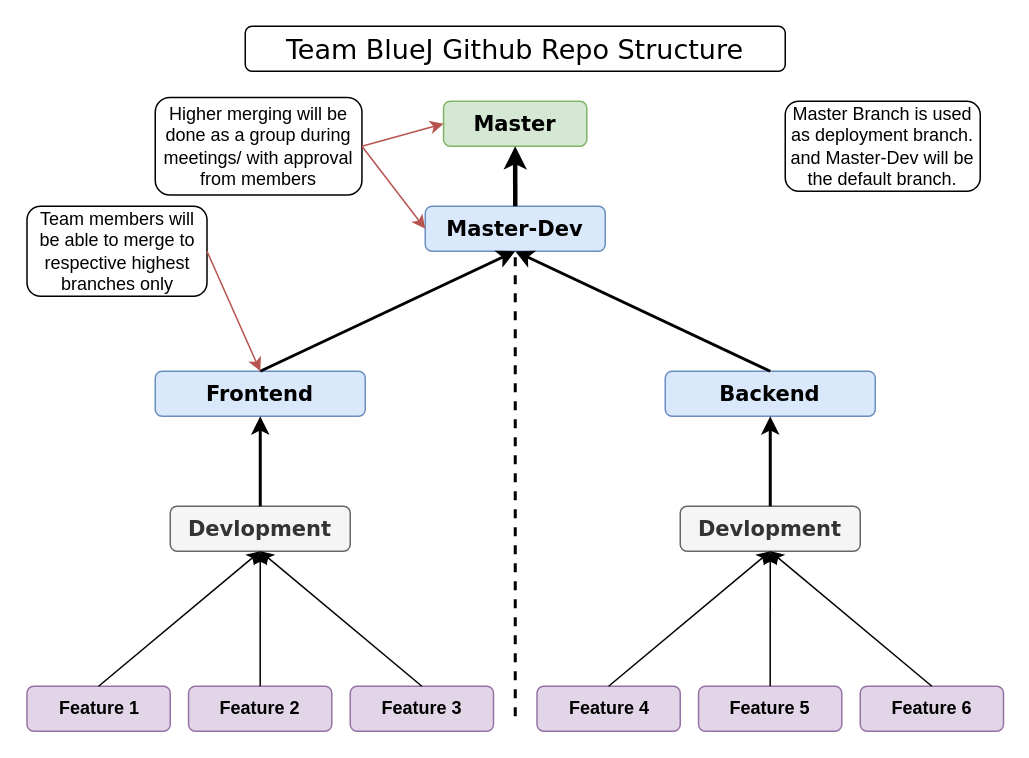
Before: diagrams/repo-structure.drawio in WilliamZard/PintroAppSEG-Major, a draw.io diagram. Source tidied: cells renumbered, new cells numbered last; positions are measured from the earlier drawing's top-left corner, leaving out a move shared by most shapes. Both pictures are drawn from the tidied source at 150%, with x=0, y=0 at pixel (26, 26).
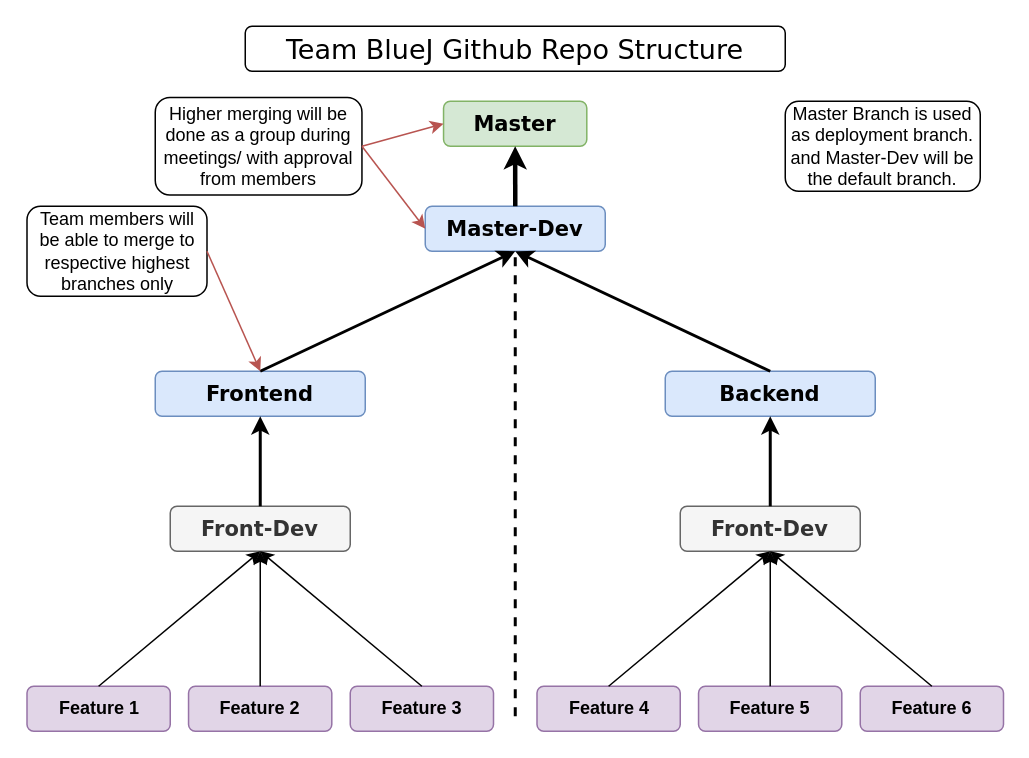
Above is the later version.

Commit message:
rename development to respective branches

Diff of the diagram source:
```diff
@@
-    <mxCell id="7" value="&lt;font face=&quot;Verdana&quot;&gt;&lt;b&gt;&lt;font style=&quot;font-size: 14px&quot;&gt;Devlopment&lt;/font&gt;&lt;/b&gt;&lt;/font&gt;" style="rounded=1;whiteSpace=wrap;html=1;fontStyle=1;fillColor=#f5f5f5;strokeColor=#666666;fontColor=#333333;" parent="1" vertex="1">
+    <mxCell id="7" value="&lt;font face=&quot;Verdana&quot;&gt;&lt;span style=&quot;font-size: 14px&quot;&gt;Front-Dev&lt;/span&gt;&lt;/font&gt;" style="rounded=1;whiteSpace=wrap;html=1;fontStyle=1;fillColor=#f5f5f5;strokeColor=#666666;fontColor=#333333;" parent="1" vertex="1">
       <mxGeometry x="96" y="320" width="120" height="30" as="geometry" />
     </mxCell>
-    <mxCell id="8" value="&lt;font face=&quot;Verdana&quot;&gt;&lt;b&gt;&lt;font style=&quot;font-size: 14px&quot;&gt;Devlopment&lt;/font&gt;&lt;/b&gt;&lt;/font&gt;" style="rounded=1;whiteSpace=wrap;html=1;fontStyle=1;fillColor=#f5f5f5;strokeColor=#666666;fontColor=#333333;" parent="1" vertex="1">
+    <mxCell id="8" value="&lt;font face=&quot;Verdana&quot;&gt;&lt;b&gt;&lt;font style=&quot;font-size: 14px&quot;&gt;Front-Dev&lt;/font&gt;&lt;/b&gt;&lt;/font&gt;" style="rounded=1;whiteSpace=wrap;html=1;fontStyle=1;fillColor=#f5f5f5;strokeColor=#666666;fontColor=#333333;" parent="1" vertex="1">
       <mxGeometry x="436" y="320" width="120" height="30" as="geometry" />
     </mxCell>
```
